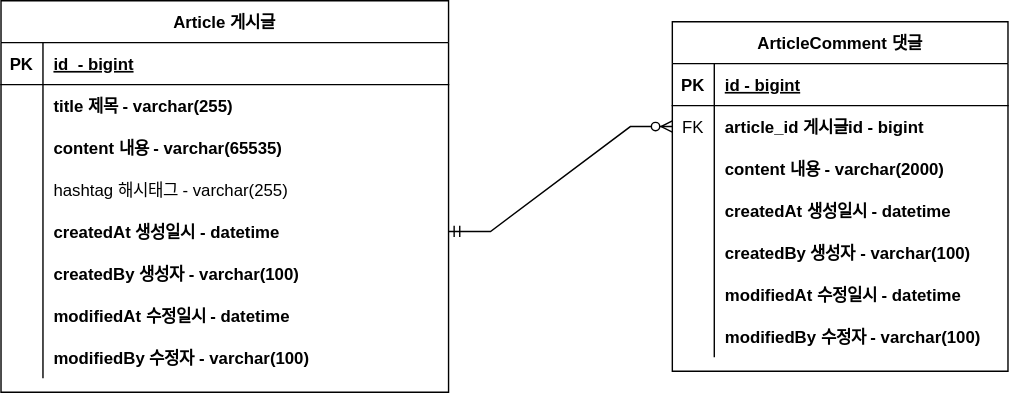
Above: doc/project-board-erd.svg in hyunn12/fc-board (draw.io), before the change. Source tidied: cells renumbered, new cells last; positions are measured from the earlier drawing's top-left corner, leaving out a move shared by most shapes.
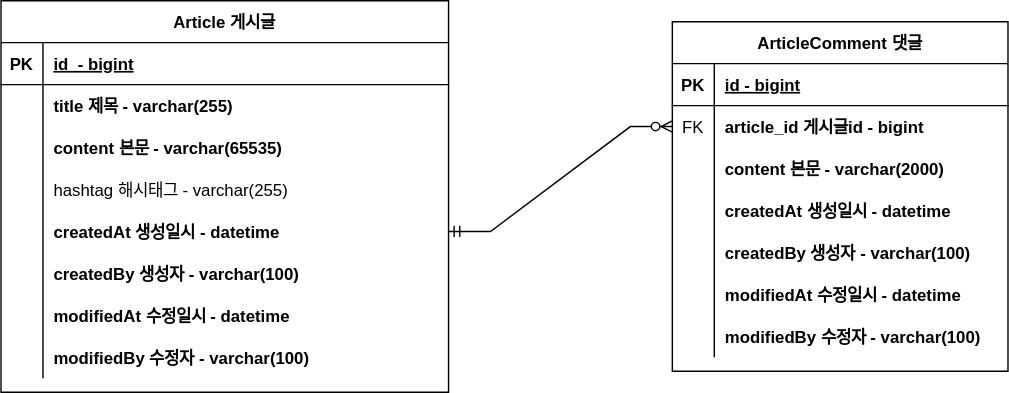
The same diagram one commit later.

Commit message:
#4 - ERD 주석 업데이트: project-board-erd.svg

Diff of the diagram source:
```diff
@@ -29,7 +29,7 @@
     <mxCell id="10" style="shape=partialRectangle;overflow=hidden;fillColor=none;top=0;left=0;bottom=0;right=0;" parent="9" vertex="1">
       <mxGeometry width="30" height="30" as="geometry" />
     </mxCell>
-    <mxCell id="11" value="content 내용 - varchar(65535)" style="shape=partialRectangle;overflow=hidden;fillColor=none;top=0;left=0;bottom=0;right=0;align=left;spacingLeft=6;fontStyle=1;" parent="9" vertex="1">
+    <mxCell id="11" value="content 본문 - varchar(65535)" style="shape=partialRectangle;overflow=hidden;fillColor=none;top=0;left=0;bottom=0;right=0;align=left;spacingLeft=6;fontStyle=1;" parent="9" vertex="1">
       <mxGeometry x="30" width="290" height="30" as="geometry" />
     </mxCell>
     <mxCell id="12" style="shape=partialRectangle;fillColor=none;top=0;left=0;right=0;bottom=0;" parent="2" vertex="1">
@@ -104,7 +104,7 @@
     <mxCell id="35" style="shape=partialRectangle;overflow=hidden;fillColor=none;top=0;left=0;bottom=0;right=0;" parent="34" vertex="1">
       <mxGeometry width="30" height="30" as="geometry" />
     </mxCell>
-    <mxCell id="36" value="content 내용 - varchar(2000)" style="shape=partialRectangle;overflow=hidden;fillColor=none;top=0;left=0;bottom=0;right=0;align=left;spacingLeft=6;fontStyle=1;" parent="34" vertex="1">
+    <mxCell id="36" value="content 본문 - varchar(2000)" style="shape=partialRectangle;overflow=hidden;fillColor=none;top=0;left=0;bottom=0;right=0;align=left;spacingLeft=6;fontStyle=1;" parent="34" vertex="1">
       <mxGeometry x="30" width="210" height="30" as="geometry" />
     </mxCell>
     <mxCell id="37" style="shape=partialRectangle;fillColor=none;top=0;left=0;right=0;bottom=0;" parent="27" vertex="1">
```
